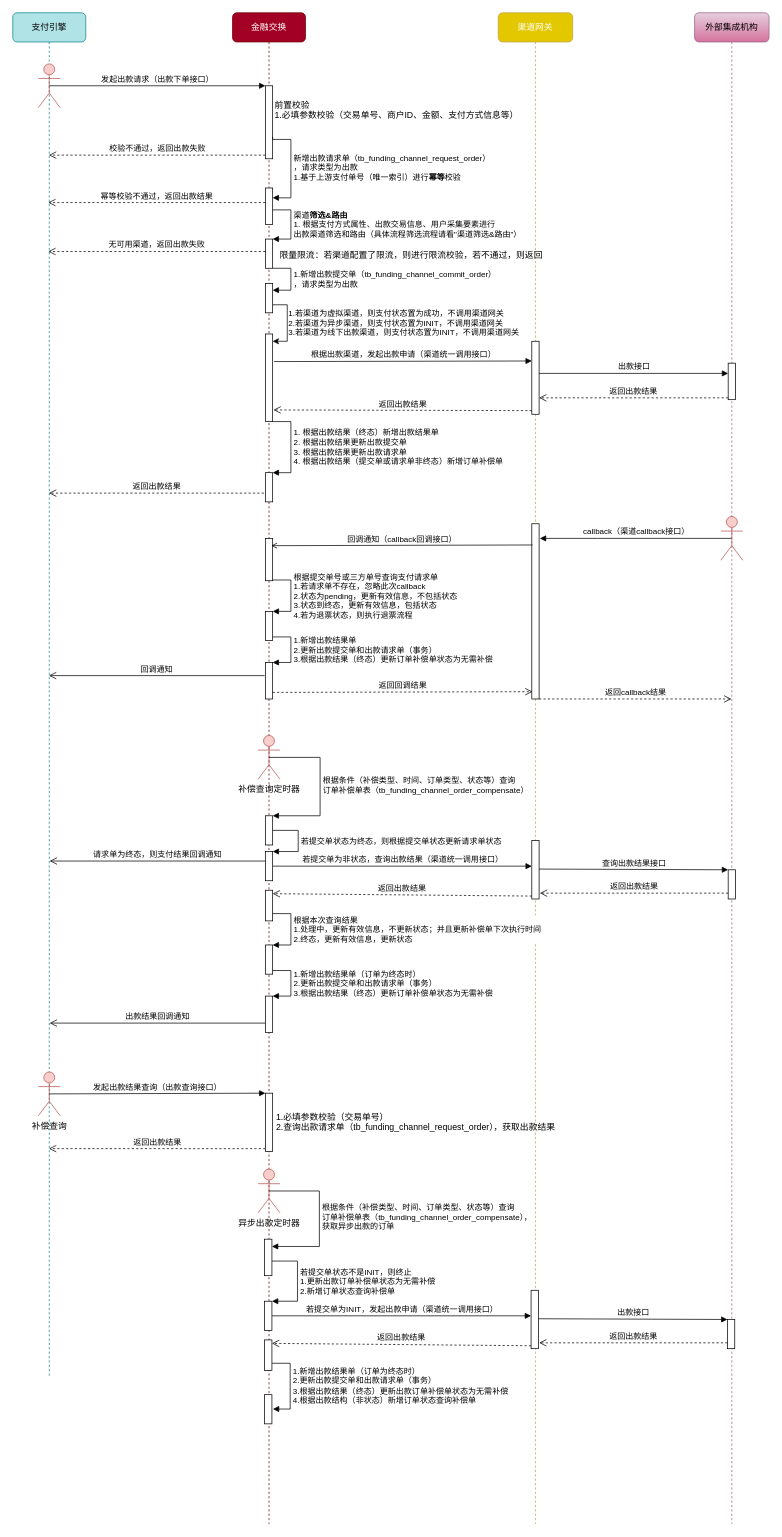
Before: page "出款流程" (4 of 9) of 渠道时序图v2.drawio in CatFei666/drawio_gallery, a draw.io diagram. Source tidied: cells renumbered, new cells numbered last; positions are measured from the earlier drawing's top-left corner, leaving out a move shared by most shapes. Both pictures are drawn from the tidied source at 73%, with x=0, y=0 at pixel (12, 12).
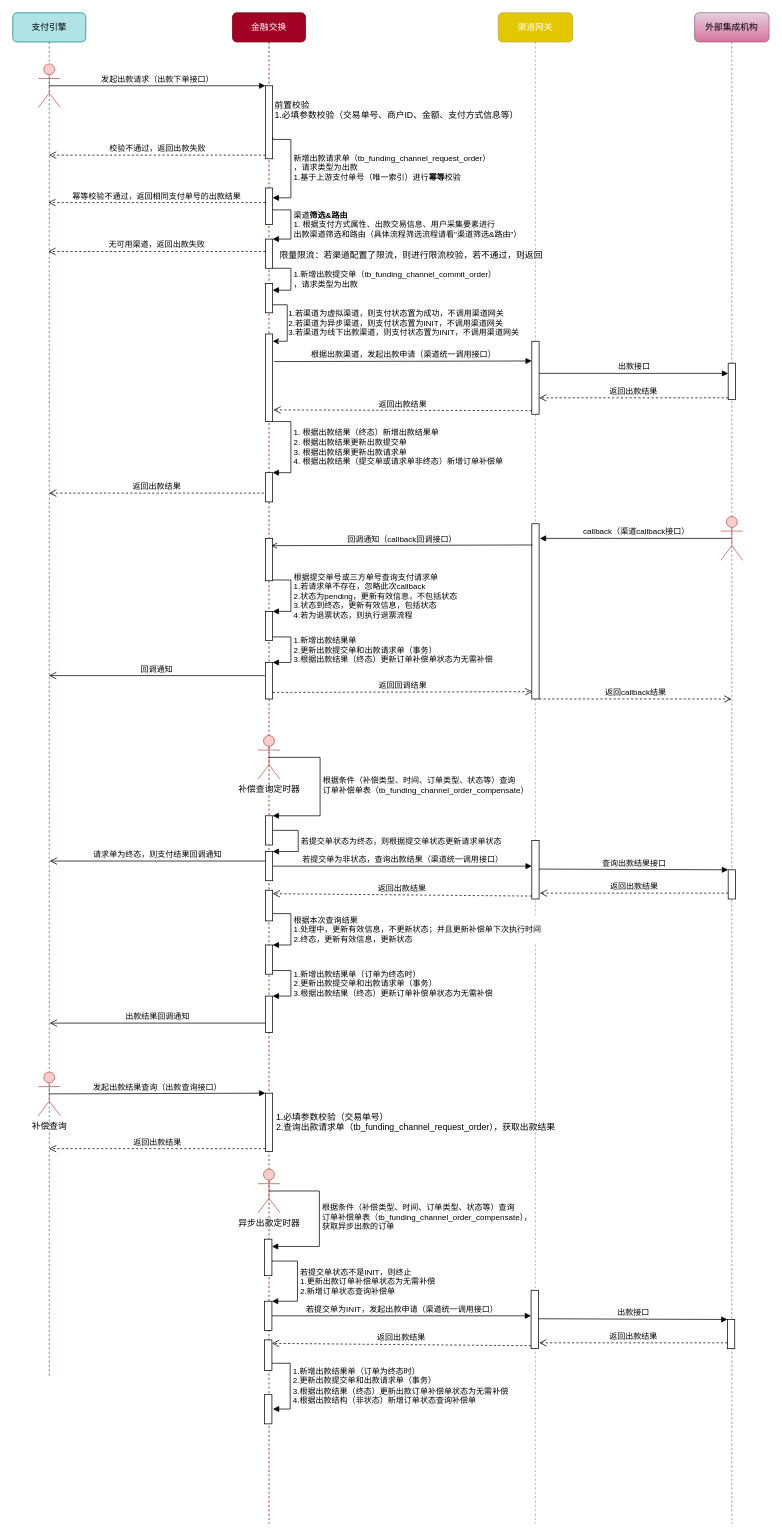
After the change.

Commit message:
更新渠道时序图v2.drawio

Change to the diagram source:
```diff
@@
-    <mxCell id="57" value="幂等校验不通过，返回出款结果" style="html=1;verticalAlign=bottom;endArrow=open;dashed=1;endSize=8;exitX=0.1;exitY=0.725;exitDx=0;exitDy=0;exitPerimeter=0;" parent="1" edge="1">
+    <mxCell id="57" value="幂等校验不通过，返回相同支付单号的出款结果" style="html=1;verticalAlign=bottom;endArrow=open;dashed=1;endSize=8;exitX=0.1;exitY=0.725;exitDx=0;exitDy=0;exitPerimeter=0;" parent="1" edge="1">
       <mxGeometry relative="1" as="geometry">
         <mxPoint x="346" y="260" as="sourcePoint" />
         <mxPoint x="48.5" y="260" as="targetPoint" />
       </mxGeometry>
     </mxCell>
```
